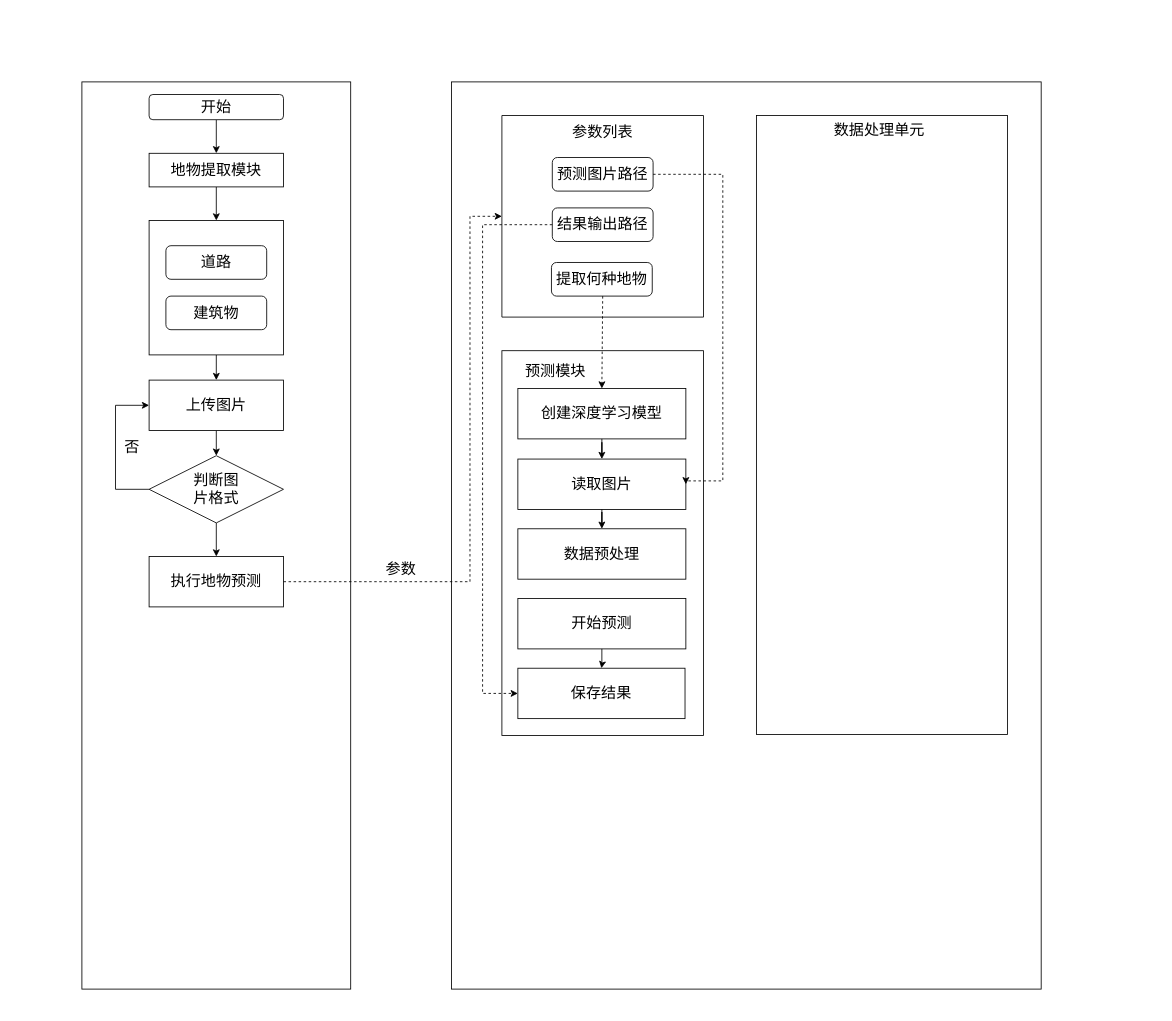
The draw.io diagram Untitled Diagram.drawio in zxqyiyang/test, before the edit. Source tidied: cells renumbered, new cells numbered last; positions are measured from the earlier drawing's top-left corner, leaving out a move shared by most shapes. Both pictures are drawn from the tidied source at 84%, with x=0, y=0 at pixel (81, 81).
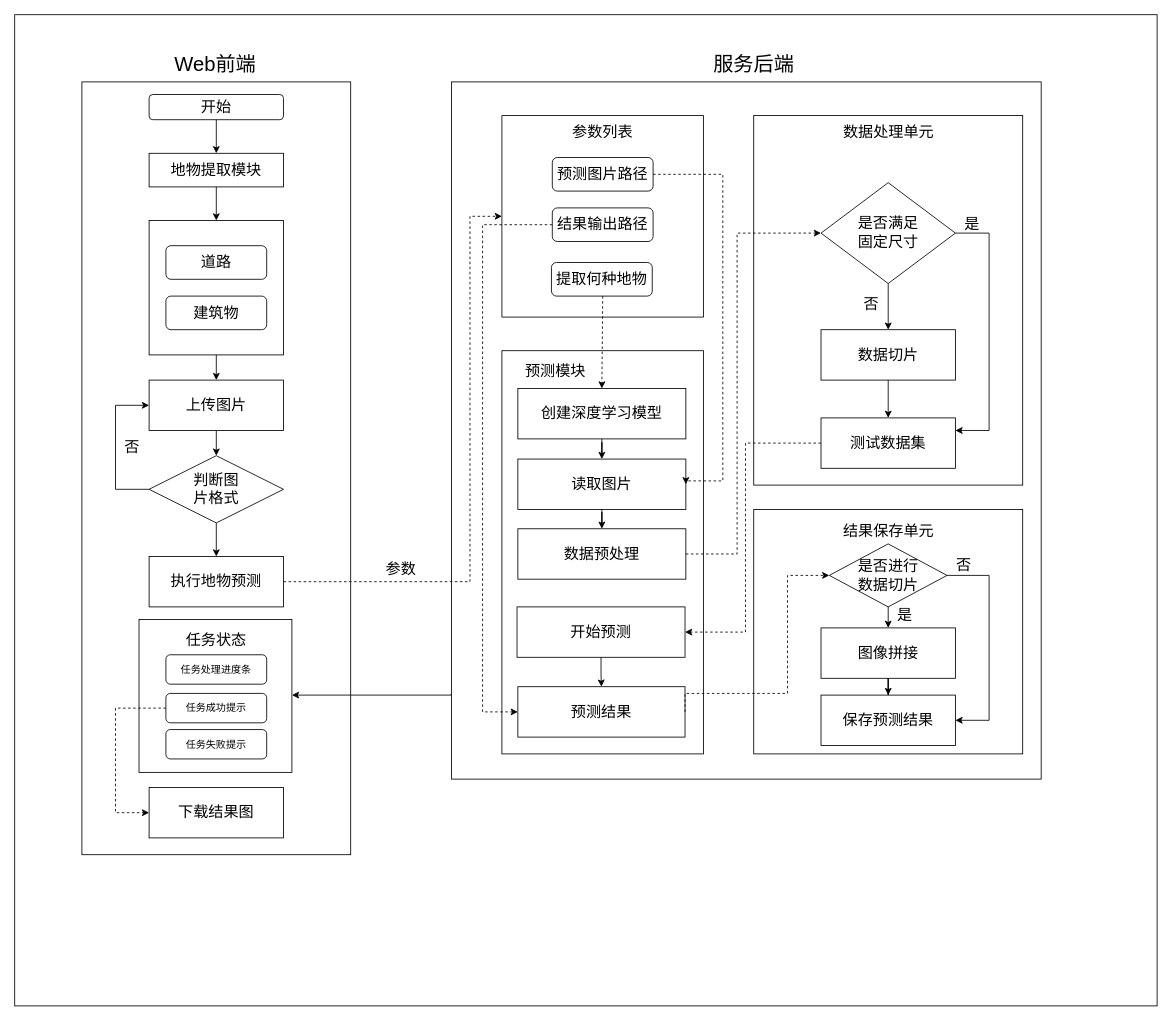
The same diagram, later.

Unchanged cells that the change refers to:
```xml
<mxCell id="21" value="&lt;font style=&quot;font-size: 18px&quot;&gt;结果输出路径&lt;/font&gt;" style="rounded=1;whiteSpace=wrap;html=1;gradientColor=#ffffff;" parent="19" vertex="1">
  <mxGeometry x="60" y="110" width="120" height="40" as="geometry" />
</mxCell>
<mxCell id="34" value="&lt;font style=&quot;font-size: 18px&quot;&gt;数据预处理&lt;/font&gt;" style="rounded=0;whiteSpace=wrap;html=1;fillColor=none;gradientColor=#ffffff;" parent="1" vertex="1">
  <mxGeometry x="519" y="532" width="200" height="60" as="geometry" />
</mxCell>
```

What changed in the source:
```diff
@@
-<mxGraphModel background="#ffffff">
+<mxGraphModel background="#FFFFFF">
@@
+    <mxCell id="41" style="rounded=0;whiteSpace=wrap;html=1;strokeColor=#000000;fillColor=none;gradientColor=#ffffff;" parent="1" vertex="1">
+      <mxGeometry x="799.8" y="509" width="320.2" height="291" as="geometry" />
+    </mxCell>
+    <mxCell id="42" style="rounded=0;whiteSpace=wrap;html=1;strokeColor=#000000;fillColor=none;gradientColor=#ffffff;gradientDirection=north;" parent="1" vertex="1">
+      <mxGeometry x="-80" y="-80" width="1360" height="1180" as="geometry" />
+    </mxCell>
+    <mxCell id="13" style="rounded=0;whiteSpace=wrap;html=1;gradientColor=#ffffff;fillColor=none;" parent="1" vertex="1">
+      <mxGeometry x="440" width="702" height="830" as="geometry" />
+    </mxCell>
+    <mxCell id="39" style="rounded=0;whiteSpace=wrap;html=1;strokeColor=#000000;fillColor=none;gradientColor=#ffffff;" parent="1" vertex="1">
+      <mxGeometry x="799.8" y="40" width="320.2" height="440" as="geometry" />
+    </mxCell>
-    <mxCell id="2" style="rounded=0;whiteSpace=wrap;html=1;gradientColor=#ffffff;" parent="1" vertex="1">
-      <mxGeometry width="320" height="1080" as="geometry" />
+    <mxCell id="2" style="rounded=0;whiteSpace=wrap;html=1;gradientColor=#ffffff;gradientDirection=north;fillColor=none;" parent="1" vertex="1">
+      <mxGeometry width="320" height="920" as="geometry" />
     </mxCell>
@@
-    <mxCell id="13" style="rounded=0;whiteSpace=wrap;html=1;gradientColor=#ffffff;" parent="1" vertex="1">
-      <mxGeometry x="440" width="702" height="1080" as="geometry" />
-    </mxCell>
@@
     <mxCell id="25" style="rounded=0;whiteSpace=wrap;html=1;strokeColor=#000000;fillColor=none;gradientColor=#ffffff;" parent="1" vertex="1">
-      <mxGeometry x="500" y="320" width="240" height="458" as="geometry" />
+      <mxGeometry x="500" y="320" width="240" height="480" as="geometry" />
     </mxCell>
@@
+    <mxCell id="43" style="edgeStyle=orthogonalEdgeStyle;rounded=0;jettySize=auto;html=1;exitX=1;exitY=0.5;exitDx=0;exitDy=0;entryX=0;entryY=0.5;entryDx=0;entryDy=0;strokeColor=#000000;dashed=1;" parent="1" edge="1" source="34" target="48">
+      <mxGeometry relative="1" as="geometry">
+        <Array as="points">
+          <mxPoint x="780" y="562" />
+          <mxPoint x="780" y="180" />
+        </Array>
+      </mxGeometry>
+    </mxCell>
@@
     <mxCell id="36" value="&lt;span style=&quot;font-size: 18px&quot;&gt;开始预测&lt;/span&gt;" style="rounded=0;whiteSpace=wrap;html=1;fillColor=none;gradientColor=#ffffff;" parent="1" vertex="1">
-      <mxGeometry x="519" y="615" width="200" height="60" as="geometry" />
+      <mxGeometry x="518" y="625" width="200" height="60" as="geometry" />
     </mxCell>
+    <mxCell id="44" style="edgeStyle=orthogonalEdgeStyle;rounded=0;jettySize=auto;html=1;exitX=1;exitY=0.5;exitDx=0;exitDy=0;entryX=0;entryY=0.5;entryDx=0;entryDy=0;dashed=1;strokeColor=#000000;" parent="1" edge="1" source="37" target="59">
+      <mxGeometry relative="1" as="geometry">
+        <Array as="points">
+          <mxPoint x="840" y="728" />
+          <mxPoint x="840" y="587" />
+        </Array>
+      </mxGeometry>
+    </mxCell>
+    <mxCell id="45" style="edgeStyle=orthogonalEdgeStyle;rounded=0;jettySize=auto;html=1;exitX=-0.001;exitY=0.878;exitDx=0;exitDy=0;strokeColor=#000000;exitPerimeter=0;" parent="1" edge="1" source="13" target="65">
+      <mxGeometry relative="1" as="geometry">
+        <Array as="points">
+          <mxPoint x="439" y="730" />
+        </Array>
+      </mxGeometry>
+    </mxCell>
-    <mxCell id="37" value="&lt;font style=&quot;font-size: 18px&quot;&gt;保存结果&lt;/font&gt;" style="whiteSpace=wrap;html=1;rounded=0;fillColor=none;gradientColor=#ffffff;" parent="1" vertex="1">
-      <mxGeometry x="519" y="698" width="199" height="60" as="geometry" />
+    <mxCell id="37" value="&lt;font style=&quot;font-size: 18px&quot;&gt;预测结果&lt;/font&gt;" style="whiteSpace=wrap;html=1;rounded=0;fillColor=none;gradientColor=#ffffff;" parent="1" vertex="1">
+      <mxGeometry x="519" y="720" width="199" height="60" as="geometry" />
     </mxCell>
     <mxCell id="38" style="edgeStyle=orthogonalEdgeStyle;rounded=0;jettySize=auto;html=1;entryX=0;entryY=0.5;entryDx=0;entryDy=0;dashed=1;exitX=0;exitY=0.5;exitDx=0;exitDy=0;" parent="1" edge="1" source="21" target="37">
       <mxGeometry relative="1" as="geometry">
         <Array as="points">
           <mxPoint x="477" y="170" />
-          <mxPoint x="477" y="728" />
+          <mxPoint x="477" y="750" />
         </Array>
       </mxGeometry>
     </mxCell>
-    <mxCell id="39" style="rounded=0;whiteSpace=wrap;html=1;strokeColor=#000000;fillColor=none;gradientColor=#ffffff;" parent="1" vertex="1">
-      <mxGeometry x="803" y="40" width="299" height="737" as="geometry" />
-    </mxCell>
     <mxCell id="40" value="&lt;font style=&quot;font-size: 18px&quot;&gt;数据处理单元&lt;/font&gt;" style="text;html=1;strokeColor=none;align=center;verticalAlign=middle;whiteSpace=wrap;rounded=0;fillColor=#ffffff;" parent="1" vertex="1">
-      <mxGeometry x="892" y="48" width="114.5" height="20" as="geometry" />
+      <mxGeometry x="902.6" y="50" width="114.5" height="20" as="geometry" />
     </mxCell>
+    <mxCell id="46" style="edgeStyle=orthogonalEdgeStyle;rounded=0;jettySize=auto;html=1;strokeColor=#000000;exitX=0.5;exitY=1;exitDx=0;exitDy=0;" parent="1" edge="1" source="48" target="50">
+      <mxGeometry relative="1" as="geometry" />
+    </mxCell>
+    <mxCell id="47" style="edgeStyle=orthogonalEdgeStyle;rounded=0;jettySize=auto;html=1;exitX=1;exitY=0.5;exitDx=0;exitDy=0;entryX=1;entryY=0.25;entryDx=0;entryDy=0;strokeColor=#000000;" parent="1" edge="1" source="48" target="52">
+      <mxGeometry relative="1" as="geometry">
+        <Array as="points">
+          <mxPoint x="1080" y="180" />
+          <mxPoint x="1080" y="415" />
+        </Array>
+      </mxGeometry>
+    </mxCell>
+    <mxCell id="48" value="&lt;font style=&quot;font-size: 18px&quot;&gt;是否满足&lt;br&gt;固定尺寸&lt;/font&gt;" style="rhombus;whiteSpace=wrap;html=1;strokeColor=#000000;fillColor=none;gradientColor=#ffffff;gradientDirection=north;" parent="1" vertex="1">
+      <mxGeometry x="879.9" y="120" width="160" height="120" as="geometry" />
+    </mxCell>
+    <mxCell id="49" style="edgeStyle=orthogonalEdgeStyle;rounded=0;jettySize=auto;html=1;strokeColor=#000000;" parent="1" edge="1" source="50" target="52">
+      <mxGeometry relative="1" as="geometry" />
+    </mxCell>
+    <mxCell id="50" value="&lt;font style=&quot;font-size: 18px&quot;&gt;数据切片&lt;/font&gt;" style="whiteSpace=wrap;html=1;fillColor=none;gradientColor=#ffffff;gradientDirection=north;" parent="1" vertex="1">
+      <mxGeometry x="879.9" y="295" width="160" height="60" as="geometry" />
+    </mxCell>
+    <mxCell id="51" style="edgeStyle=orthogonalEdgeStyle;rounded=0;jettySize=auto;html=1;exitX=0;exitY=0.5;exitDx=0;exitDy=0;entryX=1;entryY=0.5;entryDx=0;entryDy=0;strokeColor=#000000;dashed=1;" parent="1" edge="1" source="52" target="36">
+      <mxGeometry relative="1" as="geometry">
+        <Array as="points">
+          <mxPoint x="790" y="430" />
+          <mxPoint x="790" y="655" />
+        </Array>
+      </mxGeometry>
+    </mxCell>
+    <mxCell id="52" value="&lt;font style=&quot;font-size: 18px&quot;&gt;测试数据集&lt;/font&gt;" style="whiteSpace=wrap;html=1;fillColor=none;gradientColor=#ffffff;gradientDirection=north;" parent="1" vertex="1">
+      <mxGeometry x="879.9" y="400" width="160" height="60" as="geometry" />
+    </mxCell>
+    <mxCell id="53" value="&lt;font style=&quot;font-size: 18px&quot;&gt;否&lt;/font&gt;" style="text;html=1;strokeColor=none;fillColor=none;align=center;verticalAlign=middle;whiteSpace=wrap;rounded=0;" parent="1" vertex="1">
+      <mxGeometry x="920" y="255" width="40" height="20" as="geometry" />
+    </mxCell>
+    <mxCell id="54" value="&lt;font style=&quot;font-size: 18px&quot;&gt;是&lt;/font&gt;" style="text;html=1;strokeColor=none;fillColor=none;align=center;verticalAlign=middle;whiteSpace=wrap;rounded=0;" parent="1" vertex="1">
+      <mxGeometry x="1039.9" y="160" width="40" height="20" as="geometry" />
+    </mxCell>
+    <mxCell id="55" style="edgeStyle=orthogonalEdgeStyle;rounded=0;orthogonalLoop=1;jettySize=auto;html=1;exitX=0.5;exitY=1;exitDx=0;exitDy=0;dashed=1;strokeColor=#000000;" parent="1" edge="1" source="13" target="13">
+      <mxGeometry relative="1" as="geometry" />
+    </mxCell>
+    <mxCell id="56" value="&lt;font style=&quot;font-size: 18px&quot;&gt;结果保存单元&lt;/font&gt;" style="text;html=1;strokeColor=none;align=center;verticalAlign=middle;whiteSpace=wrap;rounded=0;fillColor=#ffffff;" parent="1" vertex="1">
+      <mxGeometry x="902.6" y="525" width="114.5" height="20" as="geometry" />
+    </mxCell>
+    <mxCell id="57" style="edgeStyle=orthogonalEdgeStyle;rounded=0;jettySize=auto;html=1;strokeColor=#000000;" parent="1" edge="1" source="59" target="61">
+      <mxGeometry relative="1" as="geometry" />
+    </mxCell>
+    <mxCell id="58" style="edgeStyle=orthogonalEdgeStyle;rounded=0;jettySize=auto;html=1;exitX=1;exitY=0.5;exitDx=0;exitDy=0;entryX=1;entryY=0.5;entryDx=0;entryDy=0;strokeColor=#000000;" parent="1" edge="1" source="59" target="62">
+      <mxGeometry relative="1" as="geometry">
+        <Array as="points">
+          <mxPoint x="1080" y="588" />
+          <mxPoint x="1080" y="760" />
+        </Array>
+      </mxGeometry>
+    </mxCell>
+    <mxCell id="59" value="&lt;font style=&quot;font-size: 18px&quot;&gt;是否进行&lt;br&gt;数据切片&lt;/font&gt;" style="rhombus;whiteSpace=wrap;html=1;strokeColor=#000000;fillColor=none;gradientColor=#ffffff;gradientDirection=north;" parent="1" vertex="1">
+      <mxGeometry x="889.8" y="550" width="140.1" height="75" as="geometry" />
+    </mxCell>
+    <mxCell id="60" style="edgeStyle=orthogonalEdgeStyle;rounded=0;jettySize=auto;html=1;strokeColor=#000000;" parent="1" edge="1" source="61" target="62">
+      <mxGeometry relative="1" as="geometry" />
+    </mxCell>
+    <mxCell id="61" value="&lt;font style=&quot;font-size: 18px&quot;&gt;图像拼接&lt;/font&gt;" style="whiteSpace=wrap;html=1;fillColor=none;gradientColor=#ffffff;gradientDirection=north;" parent="1" vertex="1">
+      <mxGeometry x="879.9" y="650" width="160" height="60" as="geometry" />
+    </mxCell>
+    <mxCell id="62" value="&lt;font style=&quot;font-size: 18px&quot;&gt;保存预测结果&lt;/font&gt;" style="whiteSpace=wrap;html=1;fillColor=none;gradientColor=#ffffff;gradientDirection=north;" parent="1" vertex="1">
+      <mxGeometry x="879.9" y="730" width="160" height="60" as="geometry" />
+    </mxCell>
+    <mxCell id="63" value="&lt;font style=&quot;font-size: 18px&quot;&gt;否&lt;/font&gt;" style="text;html=1;strokeColor=none;fillColor=none;align=center;verticalAlign=middle;whiteSpace=wrap;rounded=0;" parent="1" vertex="1">
+      <mxGeometry x="1029.9" y="565" width="40" height="20" as="geometry" />
+    </mxCell>
+    <mxCell id="64" value="&lt;font style=&quot;font-size: 18px&quot;&gt;是&lt;/font&gt;" style="text;html=1;strokeColor=none;fillColor=none;align=center;verticalAlign=middle;whiteSpace=wrap;rounded=0;" parent="1" vertex="1">
+      <mxGeometry x="960" y="625" width="40" height="20" as="geometry" />
+    </mxCell>
+    <mxCell id="65" style="whiteSpace=wrap;html=1;" parent="1" vertex="1">
+      <mxGeometry x="68" y="640" width="182" height="182" as="geometry" />
+    </mxCell>
+    <mxCell id="66" value="&lt;font style=&quot;font-size: 18px&quot;&gt;任务状态&lt;/font&gt;" style="text;html=1;strokeColor=none;fillColor=none;align=center;verticalAlign=middle;whiteSpace=wrap;rounded=0;" parent="1" vertex="1">
+      <mxGeometry x="115" y="655" width="90" height="20" as="geometry" />
+    </mxCell>
+    <mxCell id="67" value="任务处理进度条" style="rounded=1;whiteSpace=wrap;html=1;strokeColor=#000000;fillColor=none;gradientColor=#ffffff;gradientDirection=north;" parent="1" vertex="1">
+      <mxGeometry x="100" y="682" width="120" height="35" as="geometry" />
+    </mxCell>
+    <mxCell id="68" style="edgeStyle=orthogonalEdgeStyle;rounded=0;jettySize=auto;html=1;exitX=0;exitY=0.5;exitDx=0;exitDy=0;entryX=0;entryY=0.5;entryDx=0;entryDy=0;strokeColor=#000000;dashed=1;" parent="1" edge="1" source="69" target="71">
+      <mxGeometry relative="1" as="geometry">
+        <Array as="points">
+          <mxPoint x="40" y="746" />
+          <mxPoint x="40" y="870" />
+        </Array>
+      </mxGeometry>
+    </mxCell>
+    <mxCell id="69" value="任务成功提示" style="rounded=1;whiteSpace=wrap;html=1;strokeColor=#000000;fillColor=none;gradientColor=#ffffff;gradientDirection=north;" parent="1" vertex="1">
+      <mxGeometry x="100" y="728" width="120" height="35" as="geometry" />
+    </mxCell>
+    <mxCell id="70" value="任务失败提示" style="rounded=1;whiteSpace=wrap;html=1;strokeColor=#000000;fillColor=none;gradientColor=#ffffff;gradientDirection=north;" parent="1" vertex="1">
+      <mxGeometry x="100" y="771" width="120" height="35" as="geometry" />
+    </mxCell>
+    <mxCell id="71" value="&lt;font style=&quot;font-size: 18px&quot;&gt;下载结果图&lt;/font&gt;" style="whiteSpace=wrap;html=1;" parent="1" vertex="1">
+      <mxGeometry x="80" y="840" width="160" height="60" as="geometry" />
+    </mxCell>
+    <mxCell id="72" value="&lt;font style=&quot;font-size: 24px&quot;&gt;Web前端&lt;/font&gt;" style="text;html=1;strokeColor=none;fillColor=none;align=center;verticalAlign=middle;whiteSpace=wrap;rounded=0;" parent="1" vertex="1">
+      <mxGeometry x="99" y="-30" width="120" height="20" as="geometry" />
+    </mxCell>
+    <mxCell id="73" value="&lt;font style=&quot;font-size: 24px&quot;&gt;服务后端&lt;/font&gt;" style="text;html=1;strokeColor=none;fillColor=none;align=center;verticalAlign=middle;whiteSpace=wrap;rounded=0;" parent="1" vertex="1">
+      <mxGeometry x="740" y="-30" width="120" height="20" as="geometry" />
+    </mxCell>
```
